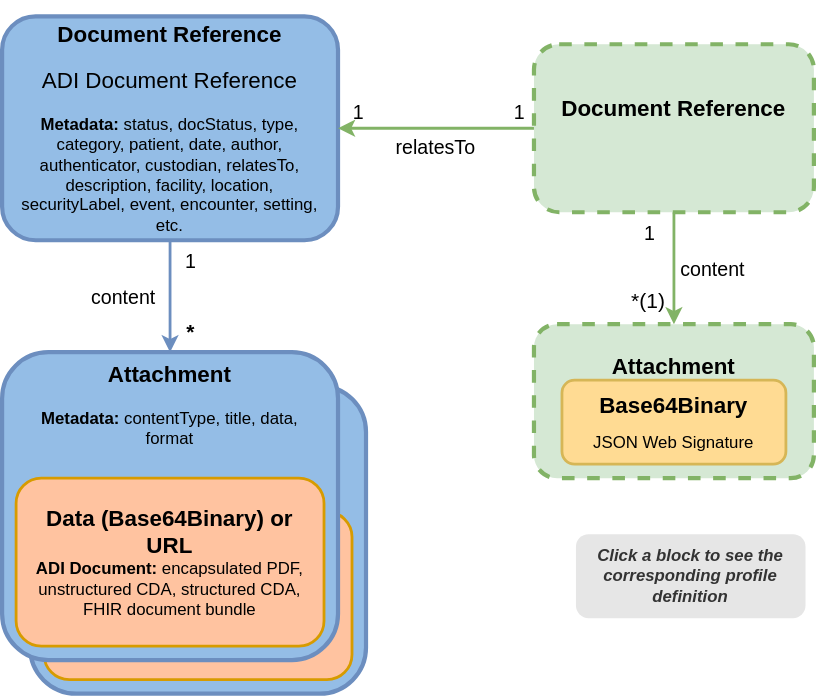
Earlier version of the draw.io export input/images/ADI_profile_resource_relationships3.svg (HL7/fhir-pacio-adi). Source tidied: cells renumbered, new cells last; positions are measured from the earlier drawing's top-left corner, leaving out a move shared by most shapes. Its diagram source:
```xml
<mxGraphModel>
  <root>
    <mxCell id="0" />
    <mxCell id="1" parent="0" />
    <mxCell id="2" style="edgeStyle=orthogonalEdgeStyle;rounded=0;jettySize=auto;html=1;strokeColor=#6C8EBF;strokeWidth=2;" parent="1" edge="1" source="3" target="25">
      <mxGeometry relative="1" as="geometry" />
    </mxCell>
    <mxCell id="3" value="&lt;div&gt;&lt;br&gt;&lt;/div&gt;&lt;b&gt;&lt;font style=&quot;font-size: 16px;&quot;&gt;Document Reference&lt;/font&gt;&lt;/b&gt;&lt;div style=&quot;padding-right: 10px; padding-left: 10px;&quot;&gt;&lt;font style=&quot;&quot;&gt;&lt;font size=&quot;1&quot;&gt;&amp;nbsp;&lt;/font&gt;&lt;br&gt;&lt;/font&gt;&lt;div&gt;&lt;font style=&quot;font-size: 16px;&quot;&gt;ADI Document Reference&lt;/font&gt;&lt;/div&gt;&lt;div&gt;&lt;br&gt;&lt;/div&gt;&lt;div style=&quot;padding-top: 0px;&quot;&gt;&lt;b&gt;Metadata:&lt;/b&gt;&amp;nbsp;status, docStatus, type, category, patient, date, author, authenticator, custodian, relatesTo, description, facility, location, securityLabel, event, encounter, setting, etc.&lt;/div&gt;&lt;div&gt;&lt;br&gt;&lt;/div&gt;&lt;/div&gt;" style="rounded=1;whiteSpace=wrap;html=1;fillColor=#94BDE6;strokeColor=#6c8ebf;strokeWidth=3;verticalAlign=middle;" parent="1" vertex="1">
      <mxGeometry width="240" height="160" as="geometry" />
    </mxCell>
    <mxCell id="4" style="edgeStyle=orthogonalEdgeStyle;rounded=0;jettySize=auto;html=1;fillColor=#d5e8d4;strokeColor=#82b366;strokeWidth=2;" parent="1" edge="1" source="5" target="3">
      <mxGeometry relative="1" as="geometry" />
    </mxCell>
    <mxCell id="5" value="&lt;div&gt;&lt;br&gt;&lt;/div&gt;&lt;b&gt;&lt;font style=&quot;font-size: 16px;&quot;&gt;Document Reference&lt;/font&gt;&lt;/b&gt;&lt;div style=&quot;padding-right: 10px; padding-left: 10px;&quot;&gt;&lt;br&gt;&lt;div&gt;&lt;br&gt;&lt;/div&gt;&lt;div style=&quot;padding-top: 0px;&quot;&gt;&lt;br&gt;&lt;/div&gt;&lt;/div&gt;" style="rounded=1;whiteSpace=wrap;html=1;fillColor=#d5e8d4;strokeColor=#82b366;strokeWidth=3;verticalAlign=middle;dashed=1;" parent="1" vertex="1">
      <mxGeometry x="380" y="20" width="200" height="120" as="geometry" />
    </mxCell>
    <mxCell id="6" style="edgeStyle=orthogonalEdgeStyle;rounded=0;jettySize=auto;html=1;strokeColor=#82b366;strokeWidth=2;exitX=0.5;exitY=1;exitDx=0;exitDy=0;entryX=0.5;entryY=0;entryDx=0;entryDy=0;fillColor=#d5e8d4;" parent="1" edge="1" source="5" target="18">
      <mxGeometry relative="1" as="geometry" />
    </mxCell>
    <mxCell id="7" value="relatesTo" style="text;html=1;align=center;verticalAlign=middle;whiteSpace=wrap;rounded=0;fontSize=14;fontStyle=0;" parent="1" vertex="1">
      <mxGeometry x="280" y="79" width="60" height="30" as="geometry" />
    </mxCell>
    <mxCell id="8" value="1" style="text;html=1;align=center;verticalAlign=middle;whiteSpace=wrap;rounded=0;fontStyle=0;fontSize=14;" parent="1" vertex="1">
      <mxGeometry x="355" y="54" width="30" height="30" as="geometry" />
    </mxCell>
    <mxCell id="9" value="1" style="text;html=1;align=center;verticalAlign=middle;whiteSpace=wrap;rounded=0;fontStyle=0;fontSize=14;" parent="1" vertex="1">
      <mxGeometry x="240" y="54" width="30" height="30" as="geometry" />
    </mxCell>
    <mxCell id="10" value="1" style="text;html=1;align=center;verticalAlign=middle;whiteSpace=wrap;rounded=0;fontStyle=0;fontSize=14;" parent="1" vertex="1">
      <mxGeometry x="120" y="160" width="30" height="30" as="geometry" />
    </mxCell>
    <mxCell id="11" value="content" style="text;html=1;align=center;verticalAlign=middle;whiteSpace=wrap;rounded=0;fontSize=14;fontStyle=0;" parent="1" vertex="1">
      <mxGeometry x="57" y="186" width="60" height="30" as="geometry" />
    </mxCell>
    <mxCell id="12" value="*" style="text;html=1;align=center;verticalAlign=middle;whiteSpace=wrap;rounded=0;fontStyle=1;fontSize=15;" parent="1" vertex="1">
      <mxGeometry x="120" y="210" width="30" height="30" as="geometry" />
    </mxCell>
    <mxCell id="13" value="1" style="text;html=1;align=center;verticalAlign=middle;whiteSpace=wrap;rounded=0;fontStyle=0;fontSize=14;" parent="1" vertex="1">
      <mxGeometry x="448" y="140" width="30" height="30" as="geometry" />
    </mxCell>
    <mxCell id="14" value="content" style="text;html=1;align=center;verticalAlign=middle;whiteSpace=wrap;rounded=0;fontSize=14;fontStyle=0;" parent="1" vertex="1">
      <mxGeometry x="478" y="166" width="60" height="30" as="geometry" />
    </mxCell>
    <mxCell id="15" value="*(1)" style="text;html=1;align=center;verticalAlign=middle;whiteSpace=wrap;rounded=0;fontStyle=0;fontSize=15;" parent="1" vertex="1">
      <mxGeometry x="438" y="188" width="48" height="30" as="geometry" />
    </mxCell>
    <mxCell id="16" value="&lt;i&gt;Click a block to see the corresponding profile definition&lt;/i&gt;" style="rounded=1;whiteSpace=wrap;html=1;fillColor=#E6E6E6;fontColor=#333333;strokeColor=none;fontStyle=1;" parent="1" vertex="1">
      <mxGeometry x="410" y="370" width="164" height="60" as="geometry" />
    </mxCell>
    <mxCell id="17" style="group;" parent="1" vertex="1">
      <mxGeometry x="380" y="220" width="200" height="110" as="geometry" />
    </mxCell>
    <mxCell id="18" value="&lt;div&gt;&lt;br&gt;&lt;/div&gt;&lt;b&gt;&lt;font style=&quot;font-size: 16px;&quot;&gt;Attachment&lt;/font&gt;&lt;/b&gt;&lt;div style=&quot;padding-right: 10px; padding-left: 10px;&quot;&gt;&lt;font style=&quot;&quot;&gt;&lt;font size=&quot;1&quot;&gt;&amp;nbsp;&lt;/font&gt;&lt;br&gt;&lt;/font&gt;&lt;div&gt;&lt;br&gt;&lt;/div&gt;&lt;div style=&quot;padding-top: 0px;&quot;&gt;&lt;br&gt;&lt;/div&gt;&lt;/div&gt;" style="rounded=1;whiteSpace=wrap;html=1;fillColor=#d5e8d4;strokeColor=#82b366;strokeWidth=3;verticalAlign=top;dashed=1;" parent="17" vertex="1">
      <mxGeometry width="200" height="110" as="geometry" />
    </mxCell>
    <mxCell id="19" value="&lt;div style=&quot;padding-left: 10px; margin-right: 10px; padding-bottom: 10px;&quot;&gt;&lt;b style=&quot;background-color: transparent; color: light-dark(rgb(0, 0, 0), rgb(255, 255, 255));&quot;&gt;&lt;font style=&quot;font-size: 16px;&quot;&gt;Base64Binary&lt;/font&gt;&lt;/b&gt;&lt;/div&gt;&lt;div style=&quot;padding-right: 10px; padding-left: 10px;&quot;&gt;&lt;div style=&quot;padding-top: 0px;&quot;&gt;JSON Web Signature&lt;/div&gt;&lt;/div&gt;" style="rounded=1;whiteSpace=wrap;html=1;fillColor=#FFDB93;strokeColor=#d6b656;strokeWidth=2;" parent="17" vertex="1">
      <mxGeometry x="20" y="40" width="160" height="60" as="geometry" />
    </mxCell>
    <mxCell id="20" style="group;" parent="1" vertex="1">
      <mxGeometry y="240" width="260" height="244" as="geometry" />
    </mxCell>
    <mxCell id="21" style="group;" parent="20" vertex="1">
      <mxGeometry x="20" y="24" width="240" height="220" as="geometry" />
    </mxCell>
    <mxCell id="22" value="&lt;div&gt;&lt;b style=&quot;background-color: transparent; color: light-dark(rgb(0, 0, 0), rgb(255, 255, 255));&quot;&gt;&lt;font&gt;&amp;nbsp;&lt;/font&gt;&lt;/b&gt;&lt;/div&gt;&lt;div&gt;&lt;b style=&quot;background-color: transparent; color: light-dark(rgb(0, 0, 0), rgb(255, 255, 255));&quot;&gt;&lt;font style=&quot;font-size: 16px;&quot;&gt;Attachment&lt;/font&gt;&lt;/b&gt;&lt;/div&gt;&lt;div style=&quot;padding-right: 10px; padding-left: 10px;&quot;&gt;&lt;div&gt;&lt;br&gt;&lt;/div&gt;&lt;div style=&quot;padding-top: 0px;&quot;&gt;&lt;b&gt;Metadata:&lt;/b&gt;&amp;nbsp;contentType, title, data, format&lt;/div&gt;&lt;/div&gt;" style="rounded=1;whiteSpace=wrap;html=1;fillColor=#94BDE6;strokeColor=#6c8ebf;strokeWidth=3;verticalAlign=top;" parent="21" vertex="1">
      <mxGeometry width="240" height="220" as="geometry" />
    </mxCell>
    <mxCell id="23" value="&lt;div style=&quot;padding-left: 10px; margin-right: 10px;&quot;&gt;&lt;b style=&quot;background-color: transparent; color: light-dark(rgb(0, 0, 0), rgb(255, 255, 255));&quot;&gt;&lt;font style=&quot;font-size: 16px;&quot;&gt;Data (Base64Binary) or URL&lt;/font&gt;&lt;/b&gt;&lt;/div&gt;&lt;div style=&quot;padding-right: 10px; padding-left: 10px;&quot;&gt;&lt;font style=&quot;&quot;&gt;&lt;font style=&quot;font-size: 15px;&quot;&gt;&amp;nbsp;&lt;/font&gt;&lt;/font&gt;&lt;div style=&quot;padding-top: 0px;&quot;&gt;&lt;b&gt;ADI Document:&lt;/b&gt;&amp;nbsp;encapsulated PDF, unstructured CDA, structured CDA, FHIR document bundle&lt;/div&gt;&lt;/div&gt;" style="rounded=1;whiteSpace=wrap;html=1;fillColor=light-dark(#FFC3A0,#36210A);strokeColor=#d79b00;strokeWidth=2;" parent="21" vertex="1">
      <mxGeometry x="10" y="90" width="220" height="120" as="geometry" />
    </mxCell>
    <mxCell id="24" style="group;" parent="20" vertex="1">
      <mxGeometry width="240" height="220" as="geometry" />
    </mxCell>
    <mxCell id="25" value="&lt;div&gt;&lt;b style=&quot;background-color: transparent; color: light-dark(rgb(0, 0, 0), rgb(255, 255, 255));&quot;&gt;&lt;font&gt;&amp;nbsp;&lt;/font&gt;&lt;/b&gt;&lt;/div&gt;&lt;div&gt;&lt;b style=&quot;background-color: transparent; color: light-dark(rgb(0, 0, 0), rgb(255, 255, 255));&quot;&gt;&lt;font style=&quot;font-size: 16px;&quot;&gt;Attachment&lt;/font&gt;&lt;/b&gt;&lt;/div&gt;&lt;div style=&quot;padding-right: 10px; padding-left: 10px;&quot;&gt;&lt;div&gt;&lt;br&gt;&lt;/div&gt;&lt;div style=&quot;padding-top: 0px;&quot;&gt;&lt;b&gt;Metadata:&lt;/b&gt;&amp;nbsp;contentType, title, data, format&lt;/div&gt;&lt;/div&gt;" style="rounded=1;whiteSpace=wrap;html=1;fillColor=#94BDE6;strokeColor=#6c8ebf;strokeWidth=3;verticalAlign=top;" parent="24" vertex="1">
      <mxGeometry width="240" height="220" as="geometry" />
    </mxCell>
    <mxCell id="26" value="&lt;div style=&quot;padding-left: 10px; margin-right: 10px;&quot;&gt;&lt;b style=&quot;background-color: transparent; color: light-dark(rgb(0, 0, 0), rgb(255, 255, 255));&quot;&gt;&lt;font style=&quot;font-size: 16px;&quot;&gt;Data (Base64Binary) or URL&lt;/font&gt;&lt;/b&gt;&lt;/div&gt;&lt;div style=&quot;padding-right: 10px; padding-left: 10px;&quot;&gt;&lt;font style=&quot;&quot;&gt;&lt;font style=&quot;font-size: 15px;&quot;&gt;&amp;nbsp;&lt;/font&gt;&lt;/font&gt;&lt;div style=&quot;padding-top: 0px;&quot;&gt;&lt;b&gt;ADI Document:&lt;/b&gt;&amp;nbsp;encapsulated PDF, unstructured CDA, structured CDA, FHIR document bundle&lt;/div&gt;&lt;/div&gt;" style="rounded=1;whiteSpace=wrap;html=1;fillColor=light-dark(#FFC3A0,#36210A);strokeColor=#d79b00;strokeWidth=2;" parent="24" vertex="1">
      <mxGeometry x="10" y="90" width="220" height="120" as="geometry" />
    </mxCell>
  </root>
</mxGraphModel>
```
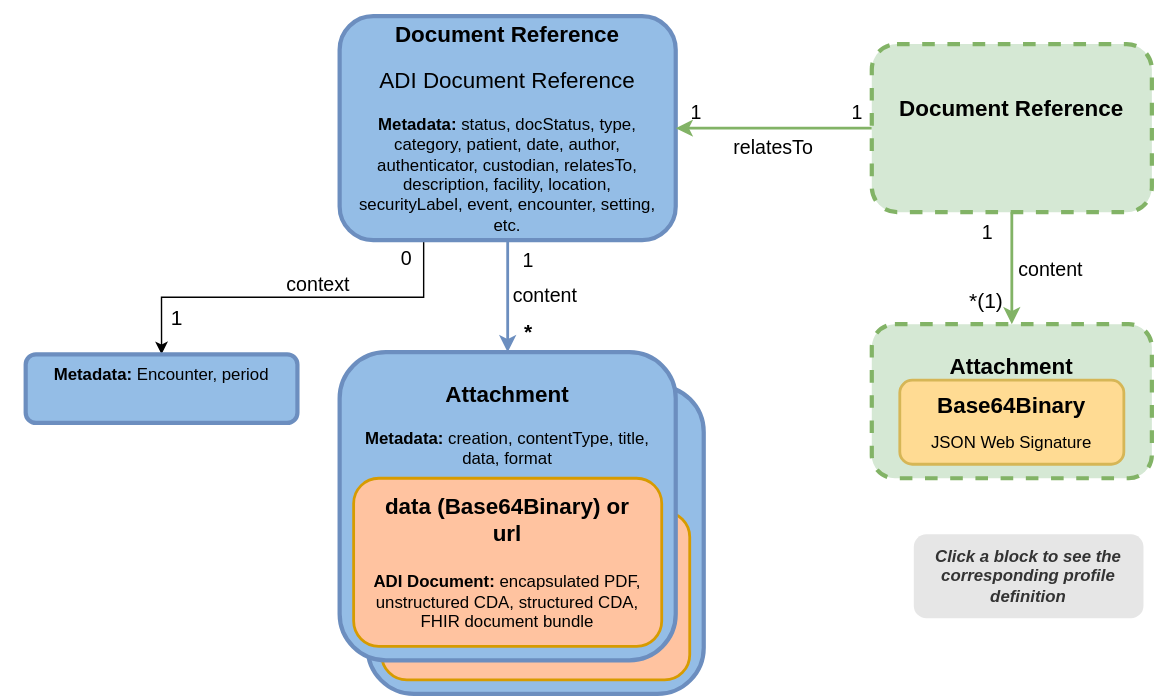
After the commit.

Change to the diagram source:
```diff
@@ -5,6 +5,9 @@
     <mxCell id="2" style="edgeStyle=orthogonalEdgeStyle;rounded=0;jettySize=auto;html=1;strokeColor=#6C8EBF;strokeWidth=2;" parent="1" edge="1" source="3" target="25">
       <mxGeometry relative="1" as="geometry" />
     </mxCell>
+    <mxCell id="27" style="edgeStyle=orthogonalEdgeStyle;rounded=0;jettySize=auto;html=1;entryX=0.5;entryY=0;entryDx=0;entryDy=0;exitX=0.25;exitY=1;exitDx=0;exitDy=0;" parent="1" edge="1" source="3" target="29">
+      <mxGeometry relative="1" as="geometry" />
+    </mxCell>
     <mxCell id="3" value="&lt;div&gt;&lt;br&gt;&lt;/div&gt;&lt;b&gt;&lt;font style=&quot;font-size: 16px;&quot;&gt;Document Reference&lt;/font&gt;&lt;/b&gt;&lt;div style=&quot;padding-right: 10px; padding-left: 10px;&quot;&gt;&lt;font style=&quot;&quot;&gt;&lt;font size=&quot;1&quot;&gt;&amp;nbsp;&lt;/font&gt;&lt;br&gt;&lt;/font&gt;&lt;div&gt;&lt;font style=&quot;font-size: 16px;&quot;&gt;ADI Document Reference&lt;/font&gt;&lt;/div&gt;&lt;div&gt;&lt;br&gt;&lt;/div&gt;&lt;div style=&quot;padding-top: 0px;&quot;&gt;&lt;b&gt;Metadata:&lt;/b&gt;&amp;nbsp;status, docStatus, type, category, patient, date, author, authenticator, custodian, relatesTo, description, facility, location, securityLabel, event, encounter, setting, etc.&lt;/div&gt;&lt;div&gt;&lt;br&gt;&lt;/div&gt;&lt;/div&gt;" style="rounded=1;whiteSpace=wrap;html=1;fillColor=#94BDE6;strokeColor=#6c8ebf;strokeWidth=3;verticalAlign=middle;" parent="1" vertex="1">
       <mxGeometry width="240" height="160" as="geometry" />
     </mxCell>
@@ -30,7 +33,7 @@
       <mxGeometry x="120" y="160" width="30" height="30" as="geometry" />
     </mxCell>
     <mxCell id="11" value="content" style="text;html=1;align=center;verticalAlign=middle;whiteSpace=wrap;rounded=0;fontSize=14;fontStyle=0;" parent="1" vertex="1">
-      <mxGeometry x="57" y="186" width="60" height="30" as="geometry" />
+      <mxGeometry x="117" y="185" width="60" height="30" as="geometry" />
     </mxCell>
     <mxCell id="12" value="*" style="text;html=1;align=center;verticalAlign=middle;whiteSpace=wrap;rounded=0;fontStyle=1;fontSize=15;" parent="1" vertex="1">
       <mxGeometry x="120" y="210" width="30" height="30" as="geometry" />
@@ -71,11 +74,26 @@
     <mxCell id="24" style="group;" parent="20" vertex="1">
       <mxGeometry width="240" height="220" as="geometry" />
     </mxCell>
-    <mxCell id="25" value="&lt;div&gt;&lt;b style=&quot;background-color: transparent; color: light-dark(rgb(0, 0, 0), rgb(255, 255, 255));&quot;&gt;&lt;font&gt;&amp;nbsp;&lt;/font&gt;&lt;/b&gt;&lt;/div&gt;&lt;div&gt;&lt;b style=&quot;background-color: transparent; color: light-dark(rgb(0, 0, 0), rgb(255, 255, 255));&quot;&gt;&lt;font style=&quot;font-size: 16px;&quot;&gt;Attachment&lt;/font&gt;&lt;/b&gt;&lt;/div&gt;&lt;div style=&quot;padding-right: 10px; padding-left: 10px;&quot;&gt;&lt;div&gt;&lt;br&gt;&lt;/div&gt;&lt;div style=&quot;padding-top: 0px;&quot;&gt;&lt;b&gt;Metadata:&lt;/b&gt;&amp;nbsp;contentType, title, data, format&lt;/div&gt;&lt;/div&gt;" style="rounded=1;whiteSpace=wrap;html=1;fillColor=#94BDE6;strokeColor=#6c8ebf;strokeWidth=3;verticalAlign=top;" parent="24" vertex="1">
+    <mxCell id="25" value="&lt;div&gt;&lt;b style=&quot;background-color: transparent; color: light-dark(rgb(0, 0, 0), rgb(255, 255, 255));&quot;&gt;&lt;font&gt;&amp;nbsp;&lt;/font&gt;&lt;/b&gt;&lt;/div&gt;&lt;div&gt;&lt;b style=&quot;background-color: transparent; color: light-dark(rgb(0, 0, 0), rgb(255, 255, 255));&quot;&gt;&lt;font style=&quot;font-size: 16px;&quot;&gt;Attachment&lt;/font&gt;&lt;/b&gt;&lt;/div&gt;&lt;div style=&quot;padding-right: 10px; padding-left: 10px;&quot;&gt;&lt;div&gt;&lt;br&gt;&lt;/div&gt;&lt;div style=&quot;padding-top: 0px;&quot;&gt;&lt;b&gt;Metadata:&lt;/b&gt;&amp;nbsp;&lt;span style=&quot;background-color: transparent; color: light-dark(rgb(0, 0, 0), rgb(255, 255, 255));&quot;&gt;creation,&amp;nbsp;&lt;/span&gt;&lt;span style=&quot;background-color: transparent; color: light-dark(rgb(0, 0, 0), rgb(255, 255, 255));&quot;&gt;contentType, title, data, format&lt;/span&gt;&lt;/div&gt;&lt;/div&gt;" style="rounded=1;whiteSpace=wrap;html=1;fillColor=#94BDE6;strokeColor=#6c8ebf;strokeWidth=3;verticalAlign=top;" parent="24" vertex="1">
       <mxGeometry width="240" height="220" as="geometry" />
     </mxCell>
-    <mxCell id="26" value="&lt;div style=&quot;padding-left: 10px; margin-right: 10px;&quot;&gt;&lt;b style=&quot;background-color: transparent; color: light-dark(rgb(0, 0, 0), rgb(255, 255, 255));&quot;&gt;&lt;font style=&quot;font-size: 16px;&quot;&gt;Data (Base64Binary) or URL&lt;/font&gt;&lt;/b&gt;&lt;/div&gt;&lt;div style=&quot;padding-right: 10px; padding-left: 10px;&quot;&gt;&lt;font style=&quot;&quot;&gt;&lt;font style=&quot;font-size: 15px;&quot;&gt;&amp;nbsp;&lt;/font&gt;&lt;/font&gt;&lt;div style=&quot;padding-top: 0px;&quot;&gt;&lt;b&gt;ADI Document:&lt;/b&gt;&amp;nbsp;encapsulated PDF, unstructured CDA, structured CDA, FHIR document bundle&lt;/div&gt;&lt;/div&gt;" style="rounded=1;whiteSpace=wrap;html=1;fillColor=light-dark(#FFC3A0,#36210A);strokeColor=#d79b00;strokeWidth=2;" parent="24" vertex="1">
+    <mxCell id="26" value="&lt;div style=&quot;padding-left: 10px; margin-right: 10px;&quot;&gt;&lt;b style=&quot;background-color: transparent; color: light-dark(rgb(0, 0, 0), rgb(255, 255, 255));&quot;&gt;&lt;font style=&quot;font-size: 16px;&quot;&gt;data (Base64Binary) or url&lt;/font&gt;&lt;/b&gt;&lt;/div&gt;&lt;div style=&quot;padding-right: 10px; padding-left: 10px;&quot;&gt;&lt;font style=&quot;&quot;&gt;&lt;font style=&quot;font-size: 15px;&quot;&gt;&amp;nbsp;&lt;/font&gt;&lt;/font&gt;&lt;div style=&quot;padding-top: 0px;&quot;&gt;&lt;b&gt;ADI Document:&lt;/b&gt;&amp;nbsp;encapsulated PDF, unstructured CDA, structured CDA, FHIR document bundle&lt;/div&gt;&lt;/div&gt;" style="rounded=1;whiteSpace=wrap;html=1;fillColor=light-dark(#FFC3A0,#36210A);strokeColor=#d79b00;strokeWidth=2;" parent="24" vertex="1">
       <mxGeometry x="10" y="90" width="220" height="120" as="geometry" />
     </mxCell>
+    <mxCell id="28" style="group;" parent="1" vertex="1">
+      <mxGeometry x="-242" y="241.5" width="225" height="97" as="geometry" />
+    </mxCell>
+    <mxCell id="29" value="&lt;div&gt;&lt;b&gt;Metadata: &lt;/b&gt;Encounter, period&lt;/div&gt;" style="rounded=1;whiteSpace=wrap;html=1;fillColor=#94BDE6;strokeColor=#6c8ebf;strokeWidth=3;verticalAlign=top;" parent="28" vertex="1">
+      <mxGeometry x="17.8" width="194.1" height="49" as="geometry" />
+    </mxCell>
+    <mxCell id="30" value="context" style="text;html=1;align=center;verticalAlign=middle;whiteSpace=wrap;rounded=0;fontSize=14;fontStyle=0;" parent="1" vertex="1">
+      <mxGeometry x="-45" y="177" width="60" height="30" as="geometry" />
+    </mxCell>
+    <mxCell id="31" value="0" style="text;html=1;align=center;verticalAlign=middle;whiteSpace=wrap;rounded=0;fontStyle=0;fontSize=14;" parent="1" vertex="1">
+      <mxGeometry x="33" y="158" width="30" height="30" as="geometry" />
+    </mxCell>
+    <mxCell id="32" value="&lt;span style=&quot;font-weight: normal;&quot;&gt;1&lt;/span&gt;" style="text;html=1;align=center;verticalAlign=middle;whiteSpace=wrap;rounded=0;fontStyle=1;fontSize=15;" parent="1" vertex="1">
+      <mxGeometry x="-131" y="200" width="30" height="30" as="geometry" />
+    </mxCell>
   </root>
 </mxGraphModel>
```
